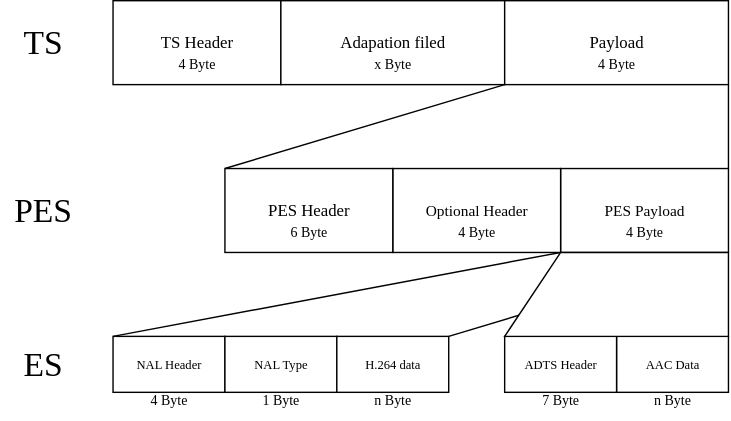
This is 音视频开发/Resources/TS架构.drawio.svg from h13-0/Notebooks, a draw.io export, as it was before one commit. Source tidied: cells renumbered, new cells last; positions are measured from the earlier drawing's top-left corner, leaving out a move shared by most shapes.
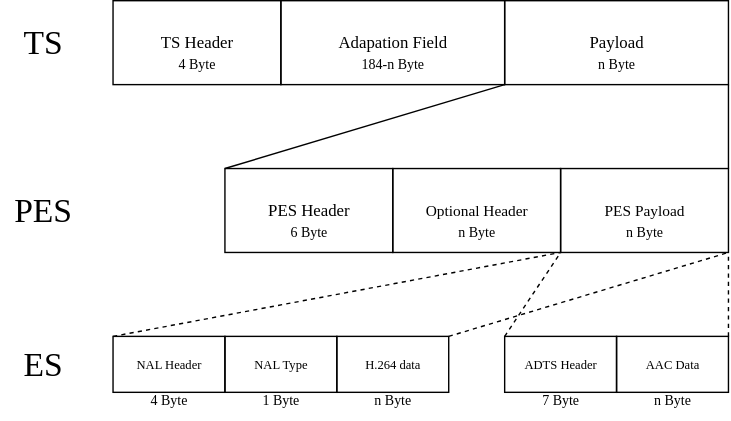
The same diagram one commit later.

Diff of the diagram source:
```diff
@@ -2,37 +2,37 @@
   <root>
     <mxCell id="0" />
     <mxCell id="1" parent="0" />
-    <mxCell id="2" value="TS Header" style="rounded=0;whiteSpace=wrap;html=1;fontFamily=思源等宽;" parent="1" vertex="1">
+    <mxCell id="2" value="TS Header" style="rounded=0;whiteSpace=wrap;html=1;fontFamily=思源等宽;fillColor=none;" parent="1" vertex="1">
       <mxGeometry x="80" width="120" height="60" as="geometry" />
     </mxCell>
-    <mxCell id="3" value="Adapation filed" style="rounded=0;whiteSpace=wrap;html=1;fontFamily=思源等宽;" parent="1" vertex="1">
+    <mxCell id="3" value="Adapation Field" style="rounded=0;whiteSpace=wrap;html=1;fontFamily=思源等宽;fillColor=none;" parent="1" vertex="1">
       <mxGeometry x="200" width="160" height="60" as="geometry" />
     </mxCell>
-    <mxCell id="4" value="Payload" style="rounded=0;whiteSpace=wrap;html=1;fontFamily=思源等宽;" parent="1" vertex="1">
+    <mxCell id="4" value="Payload" style="rounded=0;whiteSpace=wrap;html=1;fontFamily=思源等宽;fillColor=none;" parent="1" vertex="1">
       <mxGeometry x="360" width="160" height="60" as="geometry" />
     </mxCell>
-    <mxCell id="5" value="&lt;font style=&quot;font-size: 11px;&quot;&gt;PES Payload&lt;/font&gt;" style="rounded=0;whiteSpace=wrap;html=1;fontFamily=思源等宽;" parent="1" vertex="1">
+    <mxCell id="5" value="&lt;font style=&quot;font-size: 11px;&quot;&gt;PES Payload&lt;/font&gt;" style="rounded=0;whiteSpace=wrap;html=1;fontFamily=思源等宽;fillColor=none;" parent="1" vertex="1">
       <mxGeometry x="400" y="120" width="120" height="60" as="geometry" />
     </mxCell>
-    <mxCell id="6" value="&lt;font style=&quot;font-size: 11px;&quot;&gt;Optional Header&lt;/font&gt;" style="rounded=0;whiteSpace=wrap;html=1;fontFamily=思源等宽;" parent="1" vertex="1">
+    <mxCell id="6" value="&lt;font style=&quot;font-size: 11px;&quot;&gt;Optional Header&lt;/font&gt;" style="rounded=0;whiteSpace=wrap;html=1;fontFamily=思源等宽;fillColor=none;" parent="1" vertex="1">
       <mxGeometry x="280" y="120" width="120" height="60" as="geometry" />
     </mxCell>
-    <mxCell id="7" value="PES Header" style="rounded=0;whiteSpace=wrap;html=1;fontFamily=思源等宽;" parent="1" vertex="1">
+    <mxCell id="7" value="PES Header" style="rounded=0;whiteSpace=wrap;html=1;fontFamily=思源等宽;fillColor=none;" parent="1" vertex="1">
       <mxGeometry x="160" y="120" width="120" height="60" as="geometry" />
     </mxCell>
-    <mxCell id="8" value="NAL Header" style="rounded=0;whiteSpace=wrap;html=1;fontFamily=思源等宽;fontSize=9;" parent="1" vertex="1">
+    <mxCell id="8" value="NAL Header" style="rounded=0;whiteSpace=wrap;html=1;fontFamily=思源等宽;fontSize=9;fillColor=none;" parent="1" vertex="1">
       <mxGeometry x="80" y="240" width="80" height="40" as="geometry" />
     </mxCell>
-    <mxCell id="9" value="NAL Type" style="rounded=0;whiteSpace=wrap;html=1;fontFamily=思源等宽;fontSize=9;" parent="1" vertex="1">
+    <mxCell id="9" value="NAL Type" style="rounded=0;whiteSpace=wrap;html=1;fontFamily=思源等宽;fontSize=9;fillColor=none;" parent="1" vertex="1">
       <mxGeometry x="160" y="240" width="80" height="40" as="geometry" />
     </mxCell>
-    <mxCell id="10" value="H.264 data" style="rounded=0;whiteSpace=wrap;html=1;fontFamily=思源等宽;fontSize=9;" parent="1" vertex="1">
+    <mxCell id="10" value="H.264 data" style="rounded=0;whiteSpace=wrap;html=1;fontFamily=思源等宽;fontSize=9;fillColor=none;" parent="1" vertex="1">
       <mxGeometry x="240" y="240" width="80" height="40" as="geometry" />
     </mxCell>
-    <mxCell id="11" value="AAC Data" style="rounded=0;whiteSpace=wrap;html=1;fontFamily=思源等宽;fontSize=9;" parent="1" vertex="1">
+    <mxCell id="11" value="AAC Data" style="rounded=0;whiteSpace=wrap;html=1;fontFamily=思源等宽;fontSize=9;fillColor=none;" parent="1" vertex="1">
       <mxGeometry x="440" y="240" width="80" height="40" as="geometry" />
     </mxCell>
-    <mxCell id="12" value="ADTS Header" style="rounded=0;whiteSpace=wrap;html=1;fontFamily=思源等宽;fontSize=9;" parent="1" vertex="1">
+    <mxCell id="12" value="ADTS Header" style="rounded=0;whiteSpace=wrap;html=1;fontFamily=思源等宽;fontSize=9;fillColor=none;" parent="1" vertex="1">
       <mxGeometry x="360" y="240" width="80" height="40" as="geometry" />
     </mxCell>
     <mxCell id="13" style="endArrow=none;html=1;rounded=0;entryX=1;entryY=1;entryDx=0;entryDy=0;exitX=1;exitY=0;exitDx=0;exitDy=0;fontFamily=思源等宽;" parent="1" edge="1" source="5" target="4">
@@ -41,23 +41,14 @@
     <mxCell id="14" style="endArrow=none;html=1;rounded=0;entryX=0;entryY=1;entryDx=0;entryDy=0;exitX=0;exitY=0;exitDx=0;exitDy=0;fontFamily=思源等宽;" parent="1" edge="1" source="7" target="4">
       <mxGeometry relative="1" as="geometry" />
     </mxCell>
-    <mxCell id="15" style="endArrow=none;html=1;rounded=0;entryX=1;entryY=1;entryDx=0;entryDy=0;exitX=1;exitY=0;exitDx=0;exitDy=0;fontFamily=思源等宽;" parent="1" edge="1" source="10" target="17">
-      <mxGeometry relative="1" as="geometry" />
-    </mxCell>
-    <mxCell id="16" style="endArrow=none;html=1;rounded=0;entryX=1;entryY=0.25;entryDx=0;entryDy=0;exitX=0;exitY=0;exitDx=0;exitDy=0;fontFamily=思源等宽;" parent="1" edge="1" source="8" target="17">
-      <mxGeometry relative="1" as="geometry" />
-    </mxCell>
-    <mxCell id="17" style="shape=manualInput;whiteSpace=wrap;html=1;rotation=-90;flipH=1;size=40;fontFamily=思源等宽;" parent="1" vertex="1">
-      <mxGeometry x="410" y="130" width="60" height="160" as="geometry" />
-    </mxCell>
     <mxCell id="18" value="&lt;font style=&quot;font-size: 10px;&quot;&gt;4 Byte&lt;/font&gt;" style="text;html=1;align=center;verticalAlign=middle;whiteSpace=wrap;rounded=0;fontFamily=思源等宽;" parent="1" vertex="1">
       <mxGeometry x="110" y="30" width="60" height="30" as="geometry" />
     </mxCell>
-    <mxCell id="19" value="&lt;font style=&quot;font-size: 10px;&quot;&gt;x Byte&lt;/font&gt;" style="text;html=1;align=center;verticalAlign=middle;whiteSpace=wrap;rounded=0;fontFamily=思源等宽;" parent="1" vertex="1">
-      <mxGeometry x="250" y="30" width="60" height="30" as="geometry" />
+    <mxCell id="19" value="&lt;font style=&quot;font-size: 10px;&quot;&gt;184-n Byte&lt;/font&gt;" style="text;html=1;align=center;verticalAlign=middle;whiteSpace=wrap;rounded=0;fontFamily=思源等宽;" parent="1" vertex="1">
+      <mxGeometry x="235" y="30" width="90" height="30" as="geometry" />
     </mxCell>
-    <mxCell id="20" value="&lt;font style=&quot;font-size: 10px;&quot;&gt;4 Byte&lt;/font&gt;" style="text;html=1;align=center;verticalAlign=middle;whiteSpace=wrap;rounded=0;fontFamily=思源等宽;" parent="1" vertex="1">
-      <mxGeometry x="410" y="30" width="60" height="30" as="geometry" />
+    <mxCell id="20" value="&lt;font style=&quot;font-size: 10px;&quot;&gt;n Byte&lt;/font&gt;" style="text;html=1;align=center;verticalAlign=middle;whiteSpace=wrap;rounded=0;fontFamily=思源等宽;" parent="1" vertex="1">
+      <mxGeometry x="400" y="30" width="80" height="30" as="geometry" />
     </mxCell>
     <mxCell id="21" value="&lt;font style=&quot;font-size: 10px;&quot;&gt;6 Byte&lt;/font&gt;" style="text;html=1;align=center;verticalAlign=middle;whiteSpace=wrap;rounded=0;fontFamily=思源等宽;" parent="1" vertex="1">
       <mxGeometry x="190" y="150" width="60" height="30" as="geometry" />
@@ -77,10 +68,10 @@
     <mxCell id="26" value="&lt;font style=&quot;font-size: 10px;&quot;&gt;n Byte&lt;/font&gt;" style="text;html=1;align=center;verticalAlign=middle;whiteSpace=wrap;rounded=0;fontFamily=思源等宽;" parent="1" vertex="1">
       <mxGeometry x="450" y="270" width="60" height="30" as="geometry" />
     </mxCell>
-    <mxCell id="27" value="&lt;font style=&quot;font-size: 10px;&quot;&gt;4 Byte&lt;/font&gt;" style="text;html=1;align=center;verticalAlign=middle;whiteSpace=wrap;rounded=0;fontFamily=思源等宽;" parent="1" vertex="1">
+    <mxCell id="27" value="&lt;font style=&quot;font-size: 10px;&quot;&gt;n Byte&lt;/font&gt;" style="text;html=1;align=center;verticalAlign=middle;whiteSpace=wrap;rounded=0;fontFamily=思源等宽;" parent="1" vertex="1">
       <mxGeometry x="430" y="150" width="60" height="30" as="geometry" />
     </mxCell>
-    <mxCell id="28" value="&lt;font style=&quot;font-size: 10px;&quot;&gt;4 Byte&lt;/font&gt;" style="text;html=1;align=center;verticalAlign=middle;whiteSpace=wrap;rounded=0;fontFamily=思源等宽;" parent="1" vertex="1">
+    <mxCell id="28" value="&lt;font style=&quot;font-size: 10px;&quot;&gt;n Byte&lt;/font&gt;" style="text;html=1;align=center;verticalAlign=middle;whiteSpace=wrap;rounded=0;fontFamily=思源等宽;" parent="1" vertex="1">
       <mxGeometry x="310" y="150" width="60" height="30" as="geometry" />
     </mxCell>
     <mxCell id="29" value="TS" style="text;html=1;align=center;verticalAlign=middle;whiteSpace=wrap;rounded=0;fontSize=24;fontFamily=思源等宽;" parent="1" vertex="1">
@@ -92,5 +83,17 @@
     <mxCell id="31" value="ES" style="text;html=1;align=center;verticalAlign=middle;whiteSpace=wrap;rounded=0;fontSize=24;fontFamily=思源等宽;" parent="1" vertex="1">
       <mxGeometry y="245" width="60" height="30" as="geometry" />
     </mxCell>
+    <mxCell id="32" style="endArrow=none;dashed=1;html=1;rounded=0;exitX=0;exitY=0;exitDx=0;exitDy=0;entryX=1;entryY=1;entryDx=0;entryDy=0;" parent="1" edge="1" source="8" target="6">
+      <mxGeometry relative="1" as="geometry" />
+    </mxCell>
+    <mxCell id="33" style="endArrow=none;dashed=1;html=1;rounded=0;exitX=1;exitY=0;exitDx=0;exitDy=0;entryX=1;entryY=1;entryDx=0;entryDy=0;" parent="1" edge="1" source="10" target="5">
+      <mxGeometry relative="1" as="geometry" />
+    </mxCell>
+    <mxCell id="34" style="endArrow=none;dashed=1;html=1;rounded=0;exitX=0;exitY=0;exitDx=0;exitDy=0;entryX=0;entryY=1;entryDx=0;entryDy=0;" parent="1" edge="1" source="12" target="5">
+      <mxGeometry relative="1" as="geometry" />
+    </mxCell>
+    <mxCell id="35" style="endArrow=none;dashed=1;html=1;rounded=0;exitX=1;exitY=0;exitDx=0;exitDy=0;entryX=1;entryY=1;entryDx=0;entryDy=0;" parent="1" edge="1" source="11" target="5">
+      <mxGeometry relative="1" as="geometry" />
+    </mxCell>
   </root>
 </mxGraphModel>
```
